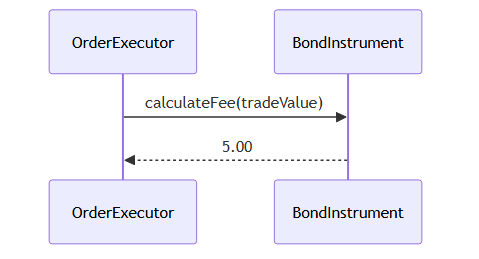
Before: demos/05-uml-sequence-diagrams/concepts/messages.png, a diagram exported from Mermaid (nicktodd/leap-sprint5). Its source is kept beside it as demos/05-uml-sequence-diagrams/concepts/messages.mmd. Source of this version:
```mermaid
sequenceDiagram
    participant O as OrderExecutor
    participant I as BondInstrument

    O->>I: calculateFee(tradeValue)
    I-->>O: 5.00
```
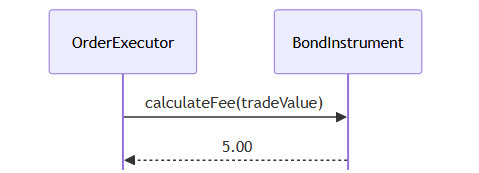
Later version of the same file.

Commit message:
Disable mirrored actor boxes in sequence diagrams for a cleaner render

The edit, as a diff of the source:
```diff
@@ -1,3 +1,4 @@
+%%{init: {'sequence': {'mirrorActors': false}}}%%
 sequenceDiagram
     participant O as OrderExecutor
     participant I as BondInstrument
```
